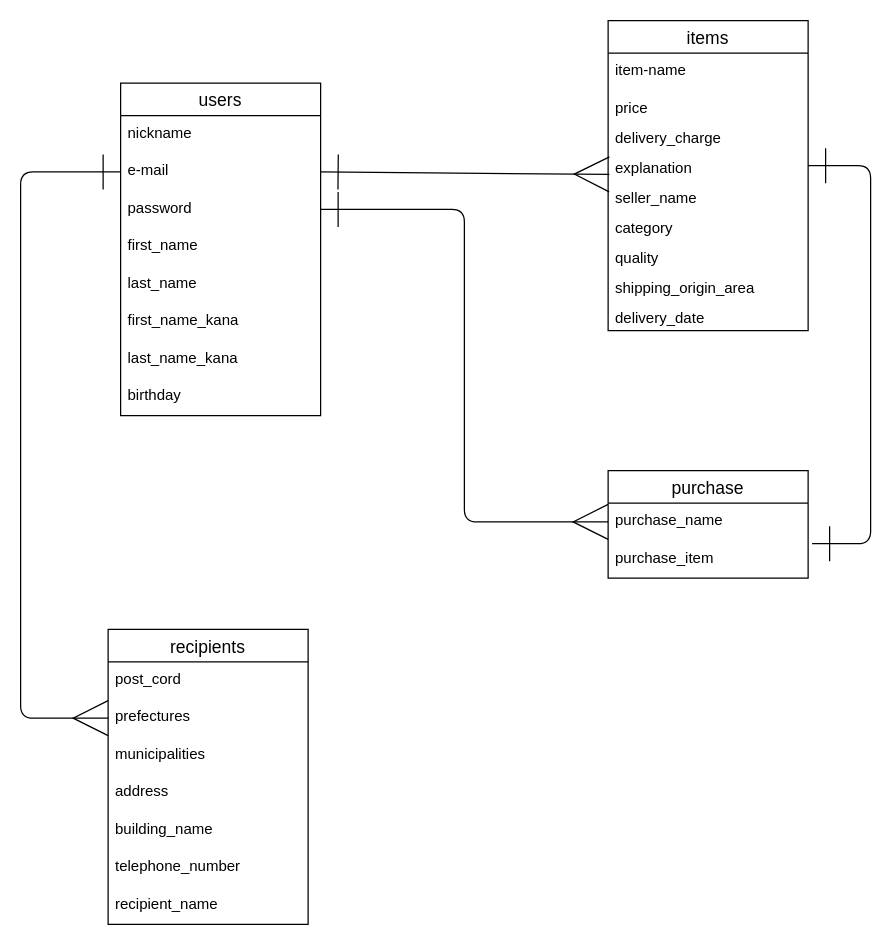
Before: furima-39513.dio in yoppy44/furima-39513, a draw.io diagram. Source tidied: cells renumbered, new cells numbered last; positions are measured from the earlier drawing's top-left corner, leaving out a move shared by most shapes. Both pictures are drawn from the tidied source at 125%, with x=0, y=0 at pixel (20, 20).
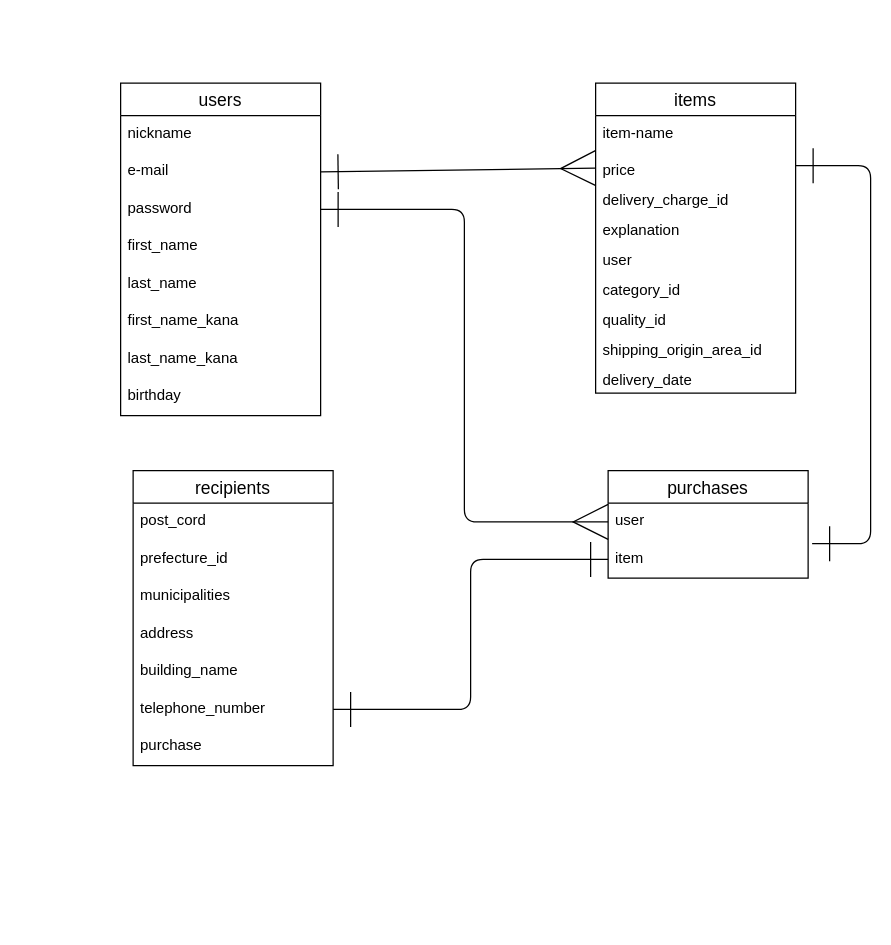
Above is the later version.

Commit message (it also covers changes not shown here):
README記述の修正’’

The change refers to these unchanged cells:
```xml
<mxCell id="4" value="e-mail" style="text;strokeColor=none;fillColor=none;spacingLeft=4;spacingRight=4;overflow=hidden;points=[[0,0.5],[1,0.5]];portConstraint=eastwest;fontSize=12;" parent="2" vertex="1">
  <mxGeometry y="56" width="160" height="30" as="geometry" />
</mxCell>
<mxCell id="13" value="price&#10;" style="text;strokeColor=none;fillColor=none;spacingLeft=4;spacingRight=4;overflow=hidden;points=[[0,0.5],[1,0.5]];portConstraint=eastwest;fontSize=12;" parent="11" vertex="1">
  <mxGeometry y="56" width="160" height="24" as="geometry" />
</mxCell>
<mxCell id="15" value="explanation" style="text;strokeColor=none;fillColor=none;spacingLeft=4;spacingRight=4;overflow=hidden;points=[[0,0.5],[1,0.5]];portConstraint=eastwest;fontSize=12;" parent="11" vertex="1">
  <mxGeometry y="104" width="160" height="24" as="geometry" />
</mxCell>
<mxCell id="30" value="telephone_number" style="text;strokeColor=none;fillColor=none;spacingLeft=4;spacingRight=4;overflow=hidden;points=[[0,0.5],[1,0.5]];portConstraint=eastwest;fontSize=12;fontFamily=Helvetica;fontColor=default;startSize=26;" parent="24" vertex="1">
  <mxGeometry y="176" width="160" height="30" as="geometry" />
</mxCell>
```

The edit, as a diff of the source:
```diff
@@
     <mxCell id="11" value="items" style="swimlane;fontStyle=0;horizontal=1;startSize=26;align=center;fontSize=14;" parent="1" vertex="1">
-      <mxGeometry x="470" width="160" height="248" as="geometry" />
+      <mxGeometry x="460" y="50" width="160" height="248" as="geometry" />
     </mxCell>
@@
-    <mxCell id="14" value="delivery_charge" style="text;strokeColor=none;fillColor=none;spacingLeft=4;spacingRight=4;overflow=hidden;fontSize=12;" parent="11" vertex="1">
+    <mxCell id="14" value="delivery_charge_id" style="text;strokeColor=none;fillColor=none;spacingLeft=4;spacingRight=4;overflow=hidden;fontSize=12;" parent="11" vertex="1">
       <mxGeometry y="80" width="160" height="24" as="geometry" />
     </mxCell>
@@
-    <mxCell id="16" value="seller_name" style="text;strokeColor=none;fillColor=none;spacingLeft=4;spacingRight=4;overflow=hidden;points=[[0,0.5],[1,0.5]];portConstraint=eastwest;fontSize=12;" parent="11" vertex="1">
+    <mxCell id="16" value="user" style="text;strokeColor=none;fillColor=none;spacingLeft=4;spacingRight=4;overflow=hidden;points=[[0,0.5],[1,0.5]];portConstraint=eastwest;fontSize=12;" parent="11" vertex="1">
       <mxGeometry y="128" width="160" height="24" as="geometry" />
     </mxCell>
-    <mxCell id="17" value="category" style="text;strokeColor=none;fillColor=none;spacingLeft=4;spacingRight=4;overflow=hidden;fontSize=12;" parent="11" vertex="1">
+    <mxCell id="17" value="category_id" style="text;strokeColor=none;fillColor=none;spacingLeft=4;spacingRight=4;overflow=hidden;fontSize=12;" parent="11" vertex="1">
       <mxGeometry y="152" width="160" height="24" as="geometry" />
     </mxCell>
-    <mxCell id="18" value="quality" style="text;strokeColor=none;fillColor=none;spacingLeft=4;spacingRight=4;overflow=hidden;fontSize=12;" parent="11" vertex="1">
+    <mxCell id="18" value="quality_id" style="text;strokeColor=none;fillColor=none;spacingLeft=4;spacingRight=4;overflow=hidden;fontSize=12;" parent="11" vertex="1">
       <mxGeometry y="176" width="160" height="24" as="geometry" />
     </mxCell>
-    <mxCell id="19" value="shipping_origin_area" style="text;strokeColor=none;fillColor=none;spacingLeft=4;spacingRight=4;overflow=hidden;fontSize=12;" parent="11" vertex="1">
+    <mxCell id="19" value="shipping_origin_area_id" style="text;strokeColor=none;fillColor=none;spacingLeft=4;spacingRight=4;overflow=hidden;fontSize=12;" parent="11" vertex="1">
       <mxGeometry y="200" width="160" height="24" as="geometry" />
     </mxCell>
@@
-    <mxCell id="21" value="purchase" style="swimlane;fontStyle=0;horizontal=1;startSize=26;align=center;fontSize=14;strokeColor=default;fontFamily=Helvetica;fontColor=default;fillColor=default;" parent="1" vertex="1">
+    <mxCell id="21" value="purchases" style="swimlane;fontStyle=0;horizontal=1;startSize=26;align=center;fontSize=14;strokeColor=default;fontFamily=Helvetica;fontColor=default;fillColor=default;" parent="1" vertex="1">
       <mxGeometry x="470" y="360" width="160" height="86" as="geometry" />
     </mxCell>
-    <mxCell id="22" value="purchase_name" style="text;strokeColor=none;fillColor=none;spacingLeft=4;spacingRight=4;overflow=hidden;points=[[0,0.5],[1,0.5]];portConstraint=eastwest;fontSize=12;fontFamily=Helvetica;fontColor=default;startSize=26;" parent="21" vertex="1">
+    <mxCell id="22" value="user" style="text;strokeColor=none;fillColor=none;spacingLeft=4;spacingRight=4;overflow=hidden;points=[[0,0.5],[1,0.5]];portConstraint=eastwest;fontSize=12;fontFamily=Helvetica;fontColor=default;startSize=26;" parent="21" vertex="1">
       <mxGeometry y="26" width="160" height="30" as="geometry" />
     </mxCell>
-    <mxCell id="23" value="purchase_item" style="text;strokeColor=none;fillColor=none;spacingLeft=4;spacingRight=4;overflow=hidden;points=[[0,0.5],[1,0.5]];portConstraint=eastwest;fontSize=12;fontFamily=Helvetica;fontColor=default;startSize=26;" parent="21" vertex="1">
+    <mxCell id="23" value="item" style="text;strokeColor=none;fillColor=none;spacingLeft=4;spacingRight=4;overflow=hidden;points=[[0,0.5],[1,0.5]];portConstraint=eastwest;fontSize=12;fontFamily=Helvetica;fontColor=default;startSize=26;" parent="21" vertex="1">
       <mxGeometry y="56" width="160" height="30" as="geometry" />
     </mxCell>
     <mxCell id="24" value="recipients" style="swimlane;fontStyle=0;horizontal=1;startSize=26;align=center;fontSize=14;strokeColor=default;fontFamily=Helvetica;fontColor=default;fillColor=default;" parent="1" vertex="1">
-      <mxGeometry x="70" y="487" width="160" height="236" as="geometry" />
+      <mxGeometry x="90" y="360" width="160" height="236" as="geometry" />
     </mxCell>
@@
-    <mxCell id="26" value="prefectures" style="text;strokeColor=none;fillColor=none;spacingLeft=4;spacingRight=4;overflow=hidden;points=[[0,0.5],[1,0.5]];portConstraint=eastwest;fontSize=12;fontFamily=Helvetica;fontColor=default;startSize=26;" parent="24" vertex="1">
+    <mxCell id="26" value="prefecture_id" style="text;strokeColor=none;fillColor=none;spacingLeft=4;spacingRight=4;overflow=hidden;points=[[0,0.5],[1,0.5]];portConstraint=eastwest;fontSize=12;fontFamily=Helvetica;fontColor=default;startSize=26;" parent="24" vertex="1">
       <mxGeometry y="56" width="160" height="30" as="geometry" />
     </mxCell>
@@
-    <mxCell id="31" value="recipient_name" style="text;strokeColor=none;fillColor=none;spacingLeft=4;spacingRight=4;overflow=hidden;fontSize=12;fontFamily=Helvetica;fontColor=default;startSize=26;" parent="24" vertex="1">
+    <mxCell id="31" value="purchase" style="text;strokeColor=none;fillColor=none;spacingLeft=4;spacingRight=4;overflow=hidden;fontSize=12;fontFamily=Helvetica;fontColor=default;startSize=26;" parent="24" vertex="1">
       <mxGeometry y="206" width="160" height="30" as="geometry" />
     </mxCell>
@@
-    <mxCell id="33" style="edgeStyle=orthogonalEdgeStyle;html=1;exitX=0;exitY=0.5;exitDx=0;exitDy=0;entryX=0;entryY=0.5;entryDx=0;entryDy=0;fontFamily=Helvetica;fontSize=14;fontColor=default;startArrow=ERone;startFill=0;endArrow=ERmany;endFill=0;startSize=26;endSize=26;" parent="1" edge="1" source="4" target="26">
-      <mxGeometry relative="1" as="geometry">
-        <Array as="points">
-          <mxPoint y="121" />
-          <mxPoint y="558" />
-        </Array>
-      </mxGeometry>
-    </mxCell>
-    <mxCell id="34" style="edgeStyle=none;html=1;exitX=1;exitY=0.5;exitDx=0;exitDy=0;entryX=0.006;entryY=-0.208;entryDx=0;entryDy=0;entryPerimeter=0;fontFamily=Helvetica;fontSize=14;fontColor=default;startArrow=ERone;startFill=0;endArrow=ERmany;endFill=0;startSize=26;endSize=26;" parent="1" edge="1" source="4" target="16">
+    <mxCell id="34" style="edgeStyle=none;html=1;exitX=1;exitY=0.5;exitDx=0;exitDy=0;entryX=0;entryY=0.5;entryDx=0;entryDy=0;fontFamily=Helvetica;fontSize=14;fontColor=default;startArrow=ERone;startFill=0;endArrow=ERmany;endFill=0;startSize=26;endSize=26;" parent="1" edge="1" source="4" target="13">
       <mxGeometry relative="1" as="geometry" />
     </mxCell>
-    <mxCell id="35" style="edgeStyle=orthogonalEdgeStyle;html=1;exitX=1;exitY=0.5;exitDx=0;exitDy=0;entryX=1.02;entryY=0.08;entryDx=0;entryDy=0;entryPerimeter=0;fontFamily=Helvetica;fontSize=14;fontColor=default;startArrow=ERone;startFill=0;endArrow=ERone;endFill=0;startSize=26;endSize=26;" parent="1" edge="1" source="15" target="23">
+    <mxCell id="35" style="edgeStyle=orthogonalEdgeStyle;html=1;entryX=1.02;entryY=0.08;entryDx=0;entryDy=0;entryPerimeter=0;fontFamily=Helvetica;fontSize=14;fontColor=default;startArrow=ERone;startFill=0;endArrow=ERone;endFill=0;startSize=26;endSize=26;" parent="1" edge="1" target="23">
       <mxGeometry relative="1" as="geometry">
+        <mxPoint x="620" y="116" as="sourcePoint" />
         <Array as="points">
           <mxPoint x="680" y="116" />
           <mxPoint x="680" y="418" />
         </Array>
       </mxGeometry>
     </mxCell>
+    <mxCell id="36" style="edgeStyle=orthogonalEdgeStyle;html=1;exitX=1;exitY=0.5;exitDx=0;exitDy=0;endArrow=ERone;endFill=0;startArrow=ERone;startFill=0;endSize=26;startSize=26;" parent="1" edge="1" source="30" target="23">
+      <mxGeometry relative="1" as="geometry" />
+    </mxCell>
```
